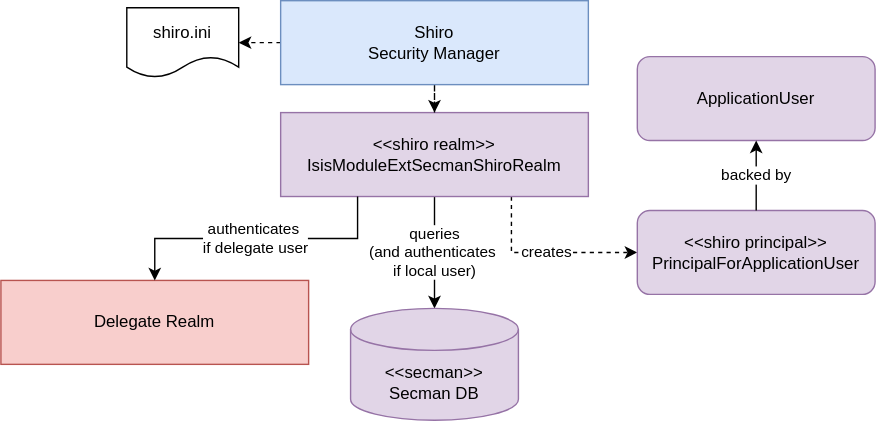
Before: content/security/latest/secman/_images/secman-shiro-delegate-architecture.drawio.svg, a diagram exported from draw.io (apache/causeway-site). Source tidied: cells renumbered, new cells last; positions are measured from the earlier drawing's top-left corner, leaving out a move shared by most shapes. Its diagram source:
```xml
<mxGraphModel>
  <root>
    <mxCell id="0" />
    <mxCell id="1" parent="0" />
    <mxCell id="2" style="edgeStyle=orthogonalEdgeStyle;rounded=0;jettySize=auto;html=1;dashed=1;exitX=0;exitY=0.5;exitDx=0;exitDy=0;entryX=1;entryY=0.5;entryDx=0;entryDy=0;" parent="1" edge="1" source="10" target="8">
      <mxGeometry relative="1" as="geometry" />
    </mxCell>
    <mxCell id="3" value="queries&lt;br&gt;(and authenticates&amp;nbsp;&lt;br&gt;if local user)" style="edgeStyle=orthogonalEdgeStyle;rounded=0;jettySize=auto;html=1;entryX=0.5;entryY=0;entryDx=0;entryDy=0;entryPerimeter=0;" parent="1" edge="1" source="5" target="6">
      <mxGeometry relative="1" as="geometry" />
    </mxCell>
    <mxCell id="4" value="creates&lt;span style=&quot;color: rgba(0 , 0 , 0 , 0) ; font-family: monospace ; font-size: 0px ; background-color: rgb(248 , 249 , 250)&quot;&gt;%3CmxGraphModel%3E%3Croot%3E%3CmxCell%20id%3D%220%22%2F%3E%3CmxCell%20id%3D%221%22%20parent%3D%220%22%2F%3E%3CmxCell%20id%3D%222%22%20value%3D%22%26amp%3Blt%3B%26amp%3Blt%3Bshiro%20realm%26amp%3Bgt%3B%26amp%3Bgt%3B%26lt%3Bbr%26gt%3BIsisModuleExtSecmanShiroRealm%22%20style%3D%22rounded%3D0%3BwhiteSpace%3Dwrap%3Bhtml%3D1%3B%22%20vertex%3D%221%22%20parent%3D%221%22%3E%3CmxGeometry%20x%3D%22130%22%20y%3D%22220%22%20width%3D%22220%22%20height%3D%2260%22%20as%3D%22geometry%22%2F%3E%3C%2FmxCell%3E%3C%2Froot%3E%3C%2FmxGraphModel%3E&lt;/span&gt;" style="edgeStyle=orthogonalEdgeStyle;rounded=0;jettySize=auto;html=1;dashed=1;exitX=0.75;exitY=1;exitDx=0;exitDy=0;entryX=0;entryY=0.5;entryDx=0;entryDy=0;" parent="1" edge="1" source="5" target="7">
      <mxGeometry relative="1" as="geometry" />
    </mxCell>
    <mxCell id="5" value="&amp;lt;&amp;lt;shiro realm&amp;gt;&amp;gt;&lt;br&gt;IsisModuleExtSecmanShiroRealm" style="rounded=0;whiteSpace=wrap;html=1;fillColor=#e1d5e7;strokeColor=#9673a6;" parent="1" vertex="1">
      <mxGeometry x="200" y="80" width="220" height="60" as="geometry" />
    </mxCell>
    <mxCell id="6" value="&amp;lt;&amp;lt;secman&amp;gt;&amp;gt;&lt;br&gt;Secman DB" style="shape=cylinder3;whiteSpace=wrap;html=1;boundedLbl=1;backgroundOutline=1;size=15;fillColor=#e1d5e7;strokeColor=#9673a6;" parent="1" vertex="1">
      <mxGeometry x="250" y="220" width="120" height="80" as="geometry" />
    </mxCell>
    <mxCell id="7" value="&amp;lt;&amp;lt;shiro principal&amp;gt;&amp;gt;&lt;br&gt;PrincipalForApplicationUser" style="rounded=1;whiteSpace=wrap;html=1;fillColor=#e1d5e7;strokeColor=#9673a6;" parent="1" vertex="1">
      <mxGeometry x="455" y="150" width="170" height="60" as="geometry" />
    </mxCell>
    <mxCell id="8" value="shiro.ini" style="shape=document;whiteSpace=wrap;html=1;boundedLbl=1;" parent="1" vertex="1">
      <mxGeometry x="90" y="5" width="80" height="50" as="geometry" />
    </mxCell>
    <mxCell id="9" style="edgeStyle=orthogonalEdgeStyle;rounded=0;jettySize=auto;html=1;dashed=1;" parent="1" edge="1" source="10" target="5">
      <mxGeometry relative="1" as="geometry" />
    </mxCell>
    <mxCell id="10" value="Shiro&lt;br&gt;Security Manager" style="rounded=0;whiteSpace=wrap;html=1;fillColor=#dae8fc;strokeColor=#6c8ebf;" parent="1" vertex="1">
      <mxGeometry x="200" width="220" height="60" as="geometry" />
    </mxCell>
    <mxCell id="11" value="ApplicationUser" style="rounded=1;whiteSpace=wrap;html=1;fillColor=#e1d5e7;strokeColor=#9673a6;" parent="1" vertex="1">
      <mxGeometry x="455" y="40" width="170" height="60" as="geometry" />
    </mxCell>
    <mxCell id="12" value="backed by" style="edgeStyle=orthogonalEdgeStyle;rounded=0;jettySize=auto;html=1;" parent="1" edge="1" source="7" target="11">
      <mxGeometry relative="1" as="geometry" />
    </mxCell>
    <mxCell id="13" value="Delegate Realm" style="rounded=0;whiteSpace=wrap;html=1;fillColor=#f8cecc;strokeColor=#b85450;" parent="1" vertex="1">
      <mxGeometry y="200" width="220" height="60" as="geometry" />
    </mxCell>
    <mxCell id="14" value="authenticates&amp;nbsp;&lt;br&gt;if delegate user" style="edgeStyle=orthogonalEdgeStyle;rounded=0;jettySize=auto;html=1;entryX=0.5;entryY=0;entryDx=0;entryDy=0;exitX=0.25;exitY=1;exitDx=0;exitDy=0;" parent="1" edge="1" source="5" target="13">
      <mxGeometry relative="1" as="geometry" />
    </mxCell>
  </root>
</mxGraphModel>
```
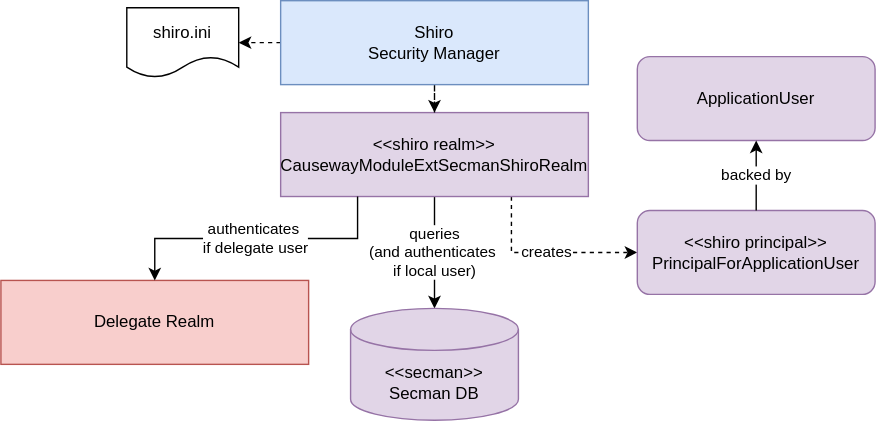
Later version of the same file.

The edit, as a diff of the source:
```diff
@@ -11,7 +11,7 @@
     <mxCell id="4" value="creates&lt;span style=&quot;color: rgba(0 , 0 , 0 , 0) ; font-family: monospace ; font-size: 0px ; background-color: rgb(248 , 249 , 250)&quot;&gt;%3CmxGraphModel%3E%3Croot%3E%3CmxCell%20id%3D%220%22%2F%3E%3CmxCell%20id%3D%221%22%20parent%3D%220%22%2F%3E%3CmxCell%20id%3D%222%22%20value%3D%22%26amp%3Blt%3B%26amp%3Blt%3Bshiro%20realm%26amp%3Bgt%3B%26amp%3Bgt%3B%26lt%3Bbr%26gt%3BIsisModuleExtSecmanShiroRealm%22%20style%3D%22rounded%3D0%3BwhiteSpace%3Dwrap%3Bhtml%3D1%3B%22%20vertex%3D%221%22%20parent%3D%221%22%3E%3CmxGeometry%20x%3D%22130%22%20y%3D%22220%22%20width%3D%22220%22%20height%3D%2260%22%20as%3D%22geometry%22%2F%3E%3C%2FmxCell%3E%3C%2Froot%3E%3C%2FmxGraphModel%3E&lt;/span&gt;" style="edgeStyle=orthogonalEdgeStyle;rounded=0;jettySize=auto;html=1;dashed=1;exitX=0.75;exitY=1;exitDx=0;exitDy=0;entryX=0;entryY=0.5;entryDx=0;entryDy=0;" parent="1" edge="1" source="5" target="7">
       <mxGeometry relative="1" as="geometry" />
     </mxCell>
-    <mxCell id="5" value="&amp;lt;&amp;lt;shiro realm&amp;gt;&amp;gt;&lt;br&gt;IsisModuleExtSecmanShiroRealm" style="rounded=0;whiteSpace=wrap;html=1;fillColor=#e1d5e7;strokeColor=#9673a6;" parent="1" vertex="1">
+    <mxCell id="5" value="&amp;lt;&amp;lt;shiro realm&amp;gt;&amp;gt;&lt;br&gt;CausewayModuleExtSecmanShiroRealm" style="rounded=0;whiteSpace=wrap;html=1;fillColor=#e1d5e7;strokeColor=#9673a6;" parent="1" vertex="1">
       <mxGeometry x="200" y="80" width="220" height="60" as="geometry" />
     </mxCell>
     <mxCell id="6" value="&amp;lt;&amp;lt;secman&amp;gt;&amp;gt;&lt;br&gt;Secman DB" style="shape=cylinder3;whiteSpace=wrap;html=1;boundedLbl=1;backgroundOutline=1;size=15;fillColor=#e1d5e7;strokeColor=#9673a6;" parent="1" vertex="1">
```
